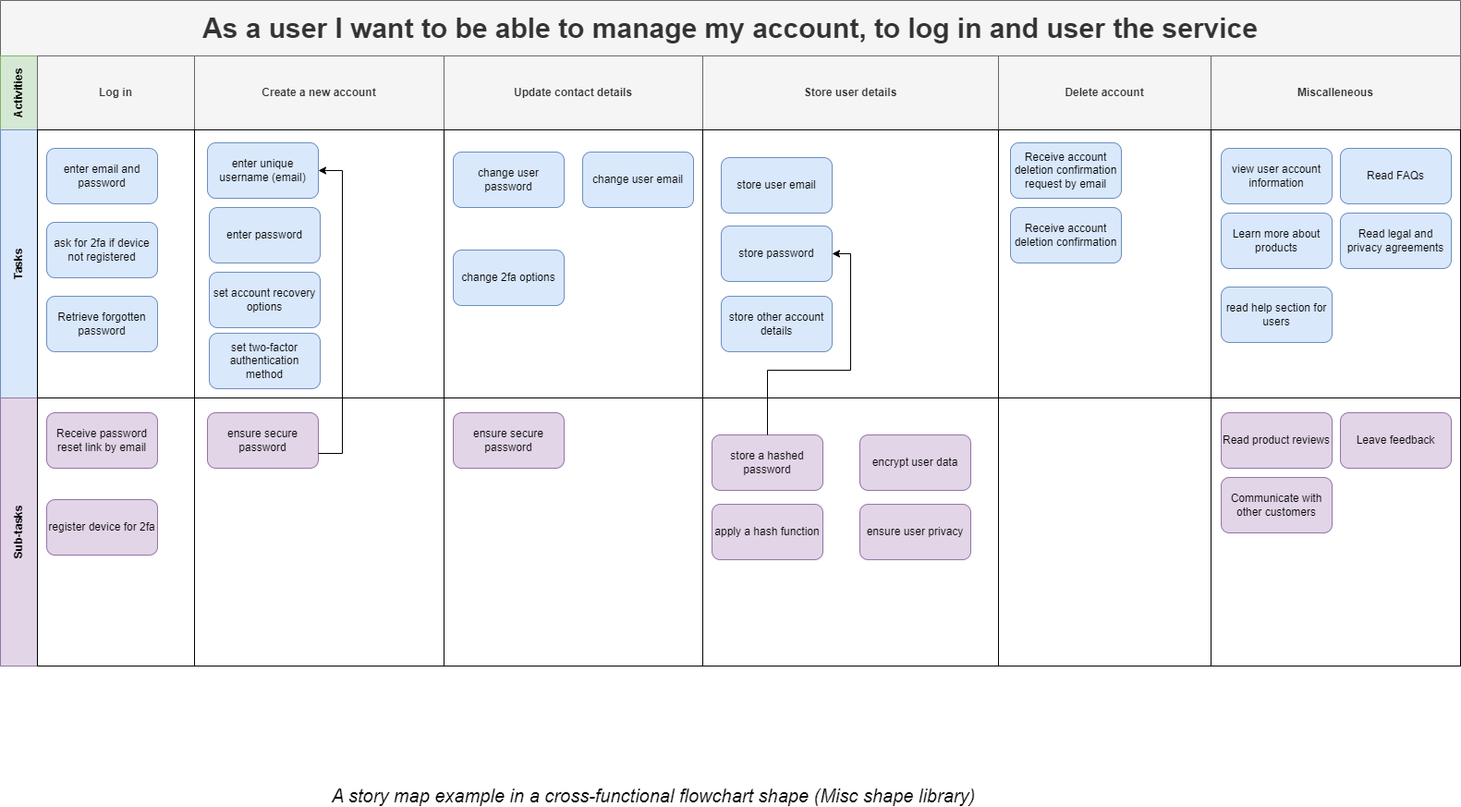
ickeyben123/AR keeps this draw.io diagram as Documentation/Project Diagrams/Story Maps/Manage Account Theme.png. Above is the earlier version. Source tidied: cells renumbered, new cells last; positions are measured from the earlier drawing's top-left corner, leaving out a move shared by most shapes.
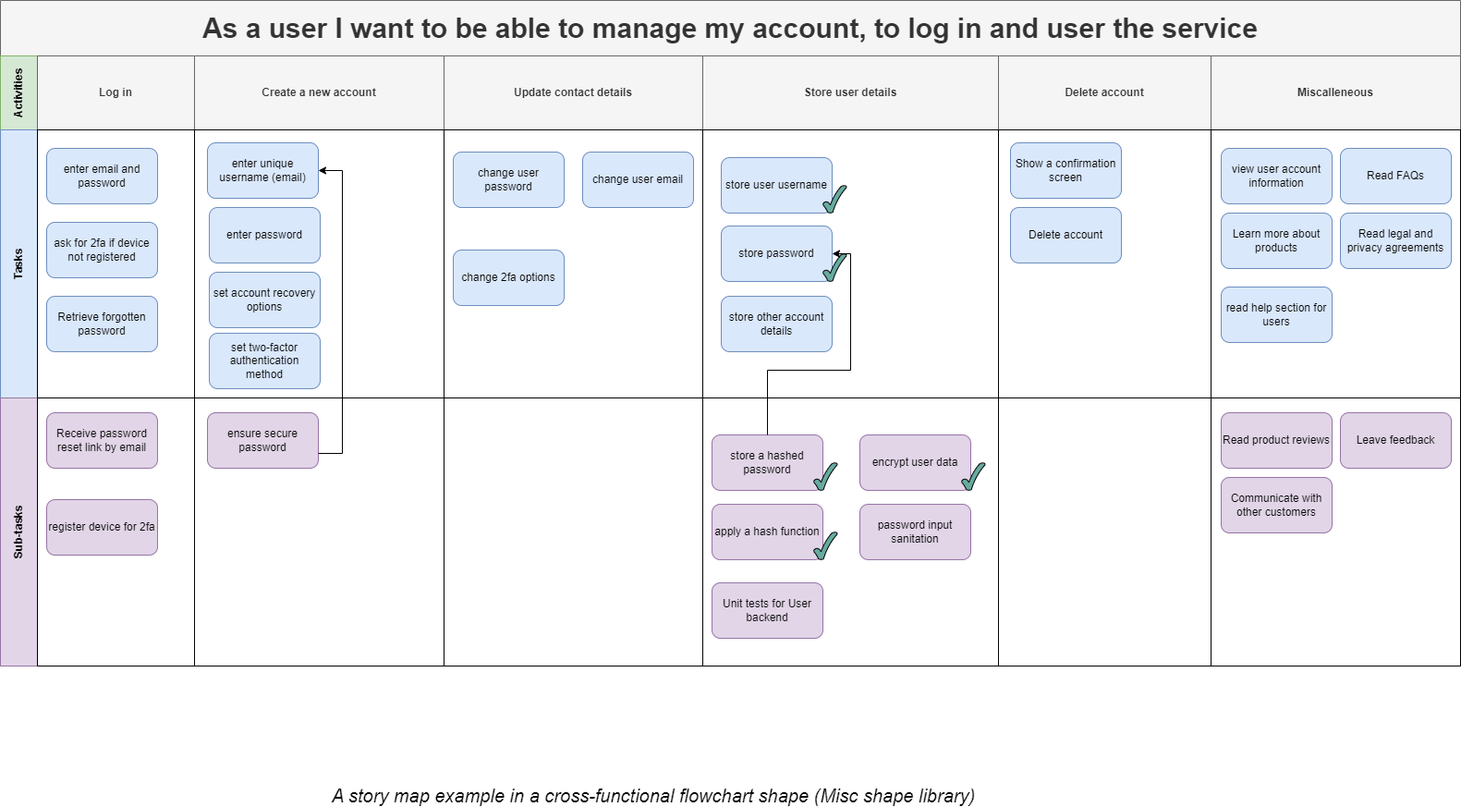
The same file after the commit.

Change to the diagram source:
```diff
@@ -71,7 +71,7 @@
     <mxCell id="24" style="swimlane;startSize=0;html=1;whiteSpace=wrap;" parent="10" vertex="1">
       <mxGeometry x="760" width="320" height="290" as="geometry" />
     </mxCell>
-    <mxCell id="25" value="store user email" style="rounded=1;whiteSpace=wrap;html=1;strokeWidth=1;fillColor=#dae8fc;strokeColor=#6c8ebf;" parent="24" vertex="1">
+    <mxCell id="25" value="store user username" style="rounded=1;whiteSpace=wrap;html=1;strokeWidth=1;fillColor=#dae8fc;strokeColor=#6c8ebf;" parent="24" vertex="1">
       <mxGeometry x="20" y="30" width="120" height="60" as="geometry" />
     </mxCell>
     <mxCell id="26" value="store password" style="rounded=1;whiteSpace=wrap;html=1;strokeWidth=1;fillColor=#dae8fc;strokeColor=#6c8ebf;" parent="24" vertex="1">
@@ -80,13 +80,16 @@
     <mxCell id="27" value="store other account details" style="rounded=1;whiteSpace=wrap;html=1;strokeWidth=1;fillColor=#dae8fc;strokeColor=#6c8ebf;" parent="24" vertex="1">
       <mxGeometry x="20" y="180" width="120" height="60" as="geometry" />
     </mxCell>
+    <mxCell id="58" style="verticalLabelPosition=bottom;verticalAlign=top;html=1;shape=mxgraph.basic.tick;fillColor=#67AB9F;" parent="24" vertex="1">
+      <mxGeometry x="130" y="134" width="25.5" height="30" as="geometry" />
+    </mxCell>
     <mxCell id="28" style="swimlane;startSize=0;html=1;whiteSpace=wrap;" parent="10" vertex="1">
       <mxGeometry x="1080" width="230" height="290" as="geometry" />
     </mxCell>
-    <mxCell id="29" value="Receive account deletion confirmation request by email" style="rounded=1;whiteSpace=wrap;html=1;strokeWidth=1;fillColor=#dae8fc;strokeColor=#6c8ebf;" parent="28" vertex="1">
+    <mxCell id="29" value="Show a confirmation screen" style="rounded=1;whiteSpace=wrap;html=1;strokeWidth=1;fillColor=#dae8fc;strokeColor=#6c8ebf;" parent="28" vertex="1">
       <mxGeometry x="13" y="14" width="120" height="60" as="geometry" />
     </mxCell>
-    <mxCell id="30" value="Receive account deletion confirmation" style="rounded=1;whiteSpace=wrap;html=1;strokeWidth=1;fillColor=#dae8fc;strokeColor=#6c8ebf;" parent="28" vertex="1">
+    <mxCell id="30" value="Delete account" style="rounded=1;whiteSpace=wrap;html=1;strokeWidth=1;fillColor=#dae8fc;strokeColor=#6c8ebf;" parent="28" vertex="1">
       <mxGeometry x="13" y="84" width="120" height="60" as="geometry" />
     </mxCell>
     <mxCell id="31" style="swimlane;startSize=0;html=1;whiteSpace=wrap;" parent="10" vertex="1">
@@ -128,9 +131,6 @@
     <mxCell id="43" style="swimlane;startSize=0;html=1;whiteSpace=wrap;" parent="37" vertex="1">
       <mxGeometry x="480" width="280" height="290" as="geometry" />
     </mxCell>
-    <mxCell id="44" value="ensure secure password" style="rounded=1;whiteSpace=wrap;html=1;strokeWidth=1;fillColor=#e1d5e7;strokeColor=#9673a6;" parent="43" vertex="1">
-      <mxGeometry x="10" y="16" width="120" height="60" as="geometry" />
-    </mxCell>
     <mxCell id="45" style="swimlane;startSize=0;html=1;whiteSpace=wrap;" parent="37" vertex="1">
       <mxGeometry x="760" width="320" height="290" as="geometry" />
     </mxCell>
@@ -143,9 +143,21 @@
     <mxCell id="48" value="encrypt user data" style="rounded=1;whiteSpace=wrap;html=1;strokeWidth=1;fillColor=#e1d5e7;strokeColor=#9673a6;" parent="45" vertex="1">
       <mxGeometry x="170" y="40" width="120" height="60" as="geometry" />
     </mxCell>
-    <mxCell id="49" value="ensure user privacy" style="rounded=1;whiteSpace=wrap;html=1;strokeWidth=1;fillColor=#e1d5e7;strokeColor=#9673a6;" parent="45" vertex="1">
-      <mxGeometry x="170" y="115" width="120" height="60" as="geometry" />
-    </mxCell>
+    <mxCell id="59" value="password input sanitation" style="rounded=1;whiteSpace=wrap;html=1;strokeWidth=1;fillColor=#e1d5e7;strokeColor=#9673a6;" parent="45" vertex="1">
+      <mxGeometry x="170" y="115" width="120" height="60" as="geometry" />
+    </mxCell>
+    <mxCell id="60" value="Unit tests for User backend" style="rounded=1;whiteSpace=wrap;html=1;strokeWidth=1;fillColor=#e1d5e7;strokeColor=#9673a6;" parent="45" vertex="1">
+      <mxGeometry x="10" y="200" width="120" height="60" as="geometry" />
+    </mxCell>
+    <mxCell id="61" style="verticalLabelPosition=bottom;verticalAlign=top;html=1;shape=mxgraph.basic.tick;fillColor=#67AB9F;" parent="45" vertex="1">
+      <mxGeometry x="120" y="70" width="25.5" height="30" as="geometry" />
+    </mxCell>
+    <mxCell id="62" style="verticalLabelPosition=bottom;verticalAlign=top;html=1;shape=mxgraph.basic.tick;fillColor=#67AB9F;" parent="45" vertex="1">
+      <mxGeometry x="120" y="145" width="25.5" height="30" as="geometry" />
+    </mxCell>
+    <mxCell id="63" style="verticalLabelPosition=bottom;verticalAlign=top;html=1;shape=mxgraph.basic.tick;fillColor=#67AB9F;" parent="45" vertex="1">
+      <mxGeometry x="280" y="70" width="25.5" height="30" as="geometry" />
+    </mxCell>
     <mxCell id="50" style="swimlane;startSize=0;html=1;whiteSpace=wrap;" parent="37" vertex="1">
       <mxGeometry x="1080" width="230" height="290" as="geometry" />
     </mxCell>
@@ -181,5 +193,8 @@
     <mxCell id="57" value="A story map example in a cross-functional flowchart shape (Misc shape library)" style="text;html=1;strokeColor=none;fillColor=none;align=center;verticalAlign=middle;whiteSpace=wrap;rounded=0;fontSize=20;fontStyle=2;" parent="1" vertex="1">
       <mxGeometry x="192" y="850" width="1030" height="20" as="geometry" />
     </mxCell>
+    <mxCell id="64" style="verticalLabelPosition=bottom;verticalAlign=top;html=1;shape=mxgraph.basic.tick;fillColor=#67AB9F;" parent="1" vertex="1">
+      <mxGeometry x="890" y="200" width="25.5" height="30" as="geometry" />
+    </mxCell>
   </root>
 </mxGraphModel>
```
